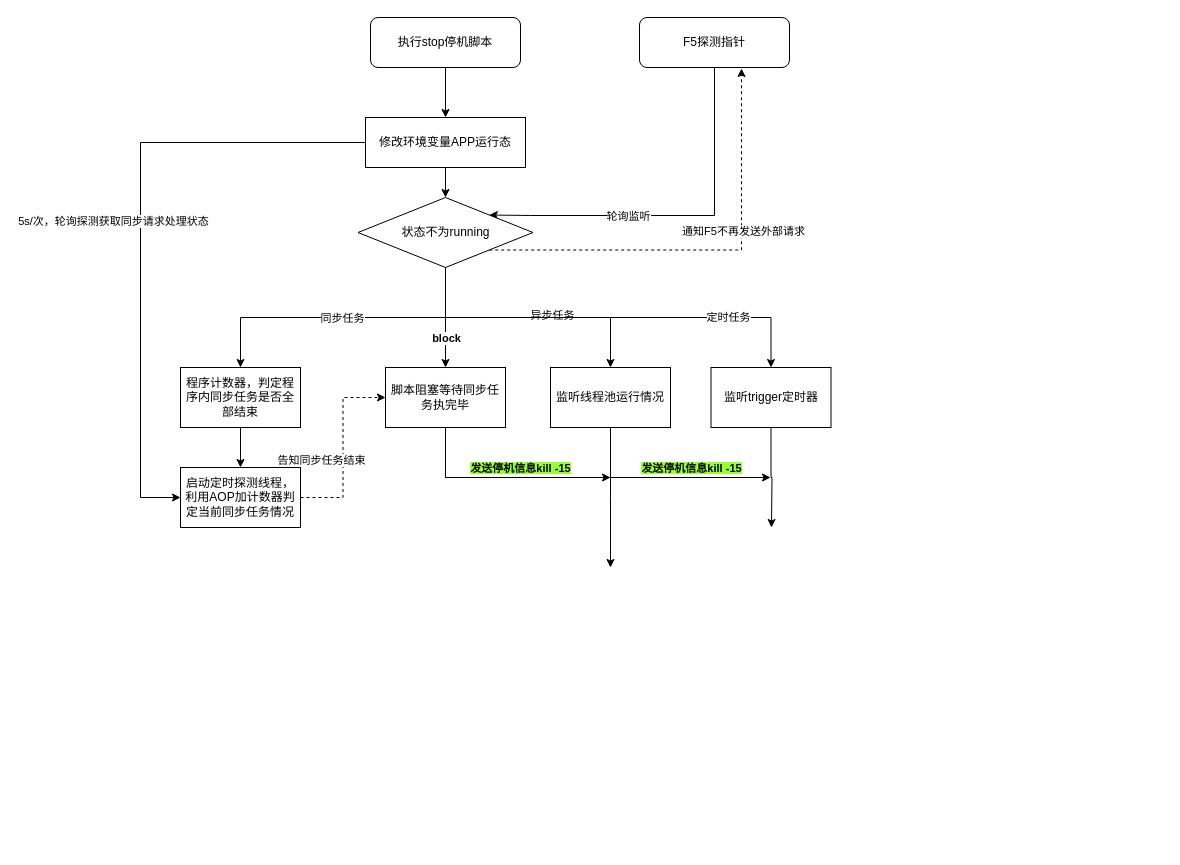
Earlier version of the draw.io diagram 绘图文件/优雅停机方案设计.drawio (NjuptMei/DrowIo). Source tidied: cells renumbered, new cells numbered last; positions are measured from the earlier drawing's top-left corner, leaving out a move shared by most shapes. Both pictures are drawn from the tidied source at 100%, with x=0, y=0 at pixel (140, 17).
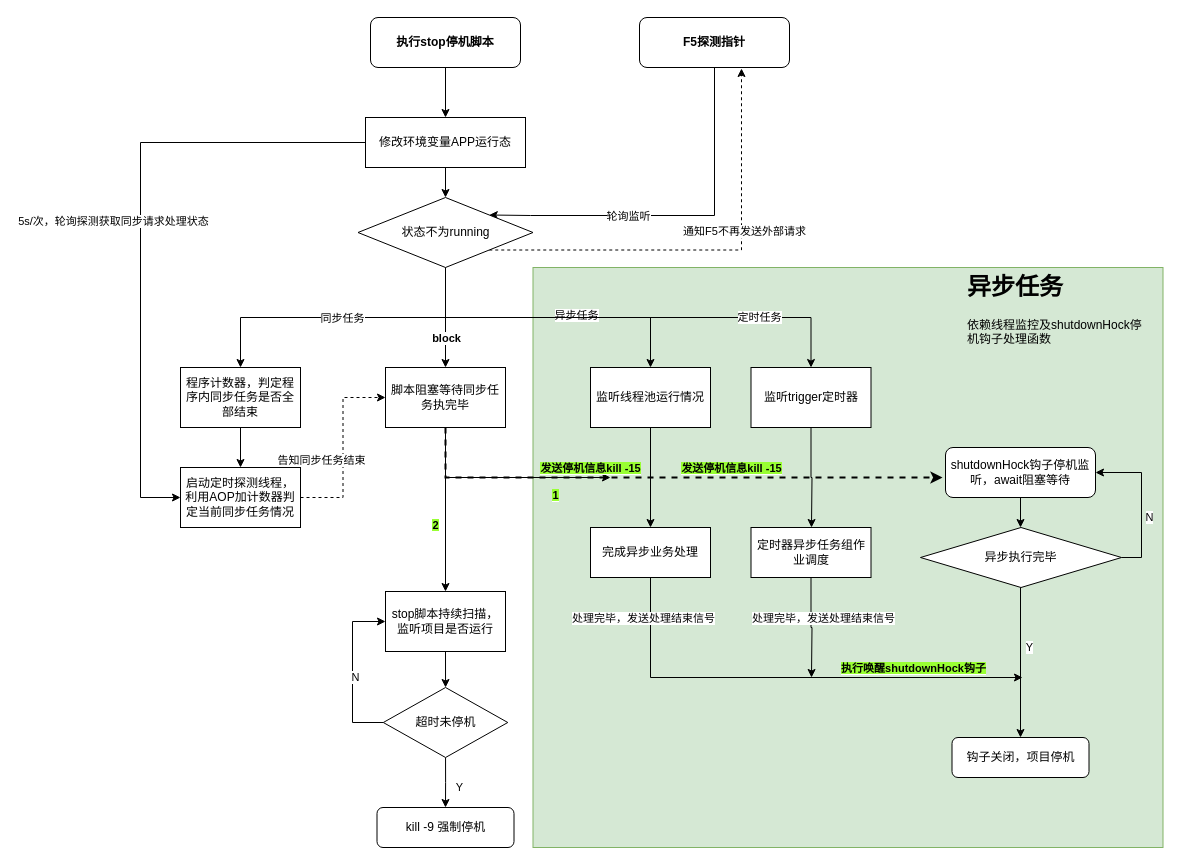
The same diagram, later.

Commit message:
更新优雅停机方案设计.drawio

Unchanged cells that the change refers to:
```xml
<mxCell id="11" style="edgeStyle=orthogonalEdgeStyle;rounded=0;jettySize=auto;html=1;exitX=1;exitY=1;exitDx=0;exitDy=0;entryX=0.68;entryY=1.02;entryDx=0;entryDy=0;entryPerimeter=0;dashed=1;" parent="1" edge="1" source="20" target="10">
  <mxGeometry relative="1" as="geometry" />
</mxCell>
<mxCell id="30" style="edgeStyle=orthogonalEdgeStyle;rounded=0;jettySize=auto;html=1;exitX=0.5;exitY=1;exitDx=0;exitDy=0;" parent="1" edge="1" source="33">
  <mxGeometry relative="1" as="geometry">
    <mxPoint x="470" y="460" as="targetPoint" />
    <Array as="points">
      <mxPoint x="305" y="460" />
    </Array>
  </mxGeometry>
</mxCell>
<mxCell id="33" value="脚本阻塞等待同步任务执完毕" style="rounded=0;whiteSpace=wrap;html=1;" parent="1" vertex="1">
  <mxGeometry x="245" y="350" width="120" height="60" as="geometry" />
</mxCell>
```

Change to the diagram source:
```diff
@@
+    <mxCell id="36" style="rounded=0;whiteSpace=wrap;html=1;fillColor=#d5e8d4;strokeColor=#82b366;" parent="1" vertex="1">
+      <mxGeometry x="392.5" y="250" width="630" height="580" as="geometry" />
+    </mxCell>
@@
-    <mxCell id="3" value="执行stop停机脚本" style="rounded=1;whiteSpace=wrap;html=1;" parent="1" vertex="1">
+    <mxCell id="3" value="&lt;b&gt;执行stop停机脚本&lt;/b&gt;" style="rounded=1;whiteSpace=wrap;html=1;" parent="1" vertex="1">
       <mxGeometry x="230" width="150" height="50" as="geometry" />
     </mxCell>
@@
-    <mxCell id="10" value="F5探测指针" style="rounded=1;whiteSpace=wrap;html=1;" parent="1" vertex="1">
+    <mxCell id="10" value="&lt;b&gt;F5探测指针&lt;/b&gt;" style="rounded=1;whiteSpace=wrap;html=1;" parent="1" vertex="1">
       <mxGeometry x="499" width="150" height="50" as="geometry" />
     </mxCell>
@@
     <mxCell id="12" value="通知F5不再发送外部请求" style="edgeLabel;html=1;align=center;verticalAlign=middle;" parent="11" vertex="1">
       <mxGeometry x="0.28" y="-1" relative="1" as="geometry">
-        <mxPoint y="7" as="offset" />
+        <mxPoint x="1" y="7" as="offset" />
       </mxGeometry>
     </mxCell>
@@
     <mxCell id="23" style="edgeStyle=orthogonalEdgeStyle;rounded=0;jettySize=auto;html=1;exitX=0.5;exitY=1;exitDx=0;exitDy=0;" parent="1" edge="1" source="24">
       <mxGeometry relative="1" as="geometry">
-        <mxPoint x="470" y="550" as="targetPoint" />
+        <mxPoint x="510" y="510" as="targetPoint" />
       </mxGeometry>
     </mxCell>
     <mxCell id="24" value="监听线程池运行情况" style="rounded=0;whiteSpace=wrap;html=1;" parent="1" vertex="1">
-      <mxGeometry x="410" y="350" width="120" height="60" as="geometry" />
+      <mxGeometry x="450" y="350" width="120" height="60" as="geometry" />
     </mxCell>
     <mxCell id="25" style="edgeStyle=orthogonalEdgeStyle;rounded=0;jettySize=auto;html=1;exitX=0.5;exitY=1;exitDx=0;exitDy=0;" parent="1" edge="1" source="26">
       <mxGeometry relative="1" as="geometry">
-        <mxPoint x="631" y="510" as="targetPoint" />
+        <mxPoint x="671" y="510" as="targetPoint" />
       </mxGeometry>
     </mxCell>
     <mxCell id="26" value="监听trigger定时器" style="rounded=0;whiteSpace=wrap;html=1;" parent="1" vertex="1">
-      <mxGeometry x="570.5" y="350" width="120" height="60" as="geometry" />
+      <mxGeometry x="610.5" y="350" width="120" height="60" as="geometry" />
     </mxCell>
@@
     <mxCell id="31" value="&lt;span style=&quot;background-color: rgb(153, 255, 51);&quot;&gt;发送停机信息kill -15&lt;/span&gt;" style="edgeLabel;html=1;align=center;verticalAlign=middle;fontStyle=1;" parent="30" vertex="1">
       <mxGeometry x="-0.27" y="3" relative="1" as="geometry">
-        <mxPoint x="46" y="-7" as="offset" />
+        <mxPoint x="116" y="-7" as="offset" />
       </mxGeometry>
     </mxCell>
-    <mxCell id="32" style="edgeStyle=orthogonalEdgeStyle;rounded=0;jettySize=auto;html=1;exitX=0.5;exitY=1;exitDx=0;exitDy=0;" parent="1" edge="1" source="33">
+    <mxCell id="32" style="edgeStyle=orthogonalEdgeStyle;rounded=0;jettySize=auto;html=1;exitX=0.5;exitY=1;exitDx=0;exitDy=0;dashed=1;strokeWidth=2;" parent="1" edge="1" source="33">
       <mxGeometry relative="1" as="geometry">
-        <mxPoint x="630" y="460" as="targetPoint" />
+        <mxPoint x="802" y="460" as="targetPoint" />
         <Array as="points">
           <mxPoint x="305" y="460" />
         </Array>
       </mxGeometry>
     </mxCell>
+    <mxCell id="37" style="edgeStyle=orthogonalEdgeStyle;rounded=0;jettySize=auto;html=1;exitX=0.5;exitY=1;exitDx=0;exitDy=0;entryX=0.5;entryY=0;entryDx=0;entryDy=0;" parent="1" edge="1" source="33" target="39">
+      <mxGeometry relative="1" as="geometry" />
+    </mxCell>
@@
     <mxCell id="35" value="&lt;span style=&quot;background-color: rgb(153, 255, 51);&quot;&gt;发送停机信息kill -15&lt;/span&gt;" style="edgeLabel;html=1;align=center;verticalAlign=middle;fontStyle=1;" parent="1" vertex="1">
-      <mxGeometry x="550" y="450" as="geometry" />
+      <mxGeometry x="590" y="450" as="geometry" />
     </mxCell>
+    <mxCell id="38" style="edgeStyle=orthogonalEdgeStyle;rounded=0;jettySize=auto;html=1;exitX=0.5;exitY=1;exitDx=0;exitDy=0;entryX=0.5;entryY=0;entryDx=0;entryDy=0;" parent="1" edge="1" source="39" target="45">
+      <mxGeometry relative="1" as="geometry" />
+    </mxCell>
+    <mxCell id="39" value="stop脚本持续扫描，监听项目是否运行" style="rounded=0;whiteSpace=wrap;html=1;" parent="1" vertex="1">
+      <mxGeometry x="245" y="574" width="120" height="60" as="geometry" />
+    </mxCell>
+    <mxCell id="40" value="&lt;span style=&quot;background-color: rgb(153, 255, 51);&quot;&gt;1&lt;/span&gt;" style="edgeLabel;html=1;align=center;verticalAlign=middle;fontStyle=1;" parent="1" vertex="1">
+      <mxGeometry x="425" y="450" as="geometry">
+        <mxPoint x="-11" y="27" as="offset" />
+      </mxGeometry>
+    </mxCell>
+    <mxCell id="41" value="&lt;span style=&quot;background-color: rgb(153, 255, 51);&quot;&gt;2&lt;/span&gt;" style="edgeLabel;html=1;align=center;verticalAlign=middle;fontStyle=1;" parent="1" vertex="1">
+      <mxGeometry x="305" y="480" as="geometry">
+        <mxPoint x="-11" y="27" as="offset" />
+      </mxGeometry>
+    </mxCell>
+    <mxCell id="42" style="edgeStyle=orthogonalEdgeStyle;rounded=0;jettySize=auto;html=1;exitX=0.5;exitY=1;exitDx=0;exitDy=0;entryX=0.5;entryY=0;entryDx=0;entryDy=0;" parent="1" edge="1" source="45" target="60">
+      <mxGeometry relative="1" as="geometry" />
+    </mxCell>
+    <mxCell id="43" style="edgeStyle=orthogonalEdgeStyle;rounded=0;jettySize=auto;html=1;exitX=0;exitY=0.5;exitDx=0;exitDy=0;entryX=0;entryY=0.5;entryDx=0;entryDy=0;" parent="1" edge="1" source="45" target="39">
+      <mxGeometry relative="1" as="geometry">
+        <Array as="points">
+          <mxPoint x="212" y="705" />
+          <mxPoint x="212" y="604" />
+        </Array>
+      </mxGeometry>
+    </mxCell>
+    <mxCell id="44" value="N" style="edgeLabel;html=1;align=center;verticalAlign=middle;" parent="43" vertex="1">
+      <mxGeometry x="0.02" y="-2" relative="1" as="geometry">
+        <mxPoint y="8" as="offset" />
+      </mxGeometry>
+    </mxCell>
+    <mxCell id="45" value="超时未停机" style="rhombus;whiteSpace=wrap;html=1;" parent="1" vertex="1">
+      <mxGeometry x="242.8" y="670" width="124.5" height="70" as="geometry" />
+    </mxCell>
+    <mxCell id="46" style="edgeStyle=orthogonalEdgeStyle;rounded=0;jettySize=auto;html=1;exitX=0.5;exitY=1;exitDx=0;exitDy=0;entryX=0.5;entryY=0;entryDx=0;entryDy=0;" parent="1" edge="1" source="47">
+      <mxGeometry relative="1" as="geometry">
+        <mxPoint x="880" y="510" as="targetPoint" />
+      </mxGeometry>
+    </mxCell>
+    <mxCell id="47" value="shutdownHock钩子停机监听，await阻塞等待" style="rounded=1;whiteSpace=wrap;html=1;" parent="1" vertex="1">
+      <mxGeometry x="805" y="430" width="150" height="50" as="geometry" />
+    </mxCell>
+    <mxCell id="48" style="edgeStyle=orthogonalEdgeStyle;rounded=0;orthogonalLoop=1;jettySize=auto;html=1;exitX=0.5;exitY=1;exitDx=0;exitDy=0;" parent="1" edge="1">
+      <mxGeometry relative="1" as="geometry">
+        <mxPoint x="880" y="570" as="sourcePoint" />
+        <mxPoint x="880" y="720" as="targetPoint" />
+      </mxGeometry>
+    </mxCell>
+    <mxCell id="49" style="edgeStyle=orthogonalEdgeStyle;rounded=0;jettySize=auto;html=1;exitX=1;exitY=0.5;exitDx=0;exitDy=0;entryX=1;entryY=0.5;entryDx=0;entryDy=0;" parent="1" edge="1" source="50" target="47">
+      <mxGeometry relative="1" as="geometry" />
+    </mxCell>
+    <mxCell id="50" value="异步执行完毕" style="rhombus;whiteSpace=wrap;html=1;" parent="1" vertex="1">
+      <mxGeometry x="780" y="510" width="201" height="60" as="geometry" />
+    </mxCell>
+    <mxCell id="51" value="N" style="edgeLabel;html=1;align=center;verticalAlign=middle;" parent="1" vertex="1">
+      <mxGeometry x="900" y="450" as="geometry">
+        <mxPoint x="108" y="49" as="offset" />
+      </mxGeometry>
+    </mxCell>
+    <mxCell id="52" style="edgeStyle=orthogonalEdgeStyle;rounded=0;jettySize=auto;html=1;exitX=0.5;exitY=1;exitDx=0;exitDy=0;" parent="1" edge="1" source="54">
+      <mxGeometry relative="1" as="geometry">
+        <mxPoint x="882" y="660" as="targetPoint" />
+        <Array as="points">
+          <mxPoint x="510" y="660" />
+        </Array>
+      </mxGeometry>
+    </mxCell>
+    <mxCell id="53" value="处理完毕，发送处理结束信号" style="edgeLabel;html=1;align=center;verticalAlign=middle;" parent="52" vertex="1">
+      <mxGeometry x="-0.84" y="1" relative="1" as="geometry">
+        <mxPoint x="-9" y="2" as="offset" />
+      </mxGeometry>
+    </mxCell>
+    <mxCell id="54" value="完成异步业务处理" style="rounded=0;whiteSpace=wrap;html=1;" parent="1" vertex="1">
+      <mxGeometry x="450" y="510" width="120" height="50" as="geometry" />
+    </mxCell>
+    <mxCell id="55" style="edgeStyle=orthogonalEdgeStyle;rounded=0;jettySize=auto;html=1;exitX=0.5;exitY=1;exitDx=0;exitDy=0;" parent="1" edge="1" source="56">
+      <mxGeometry relative="1" as="geometry">
+        <mxPoint x="671" y="660" as="targetPoint" />
+      </mxGeometry>
+    </mxCell>
+    <mxCell id="56" value="定时器异步任务组作业调度" style="rounded=0;whiteSpace=wrap;html=1;" parent="1" vertex="1">
+      <mxGeometry x="610.5" y="510" width="120" height="50" as="geometry" />
+    </mxCell>
+    <mxCell id="57" value="处理完毕，发送处理结束信号" style="edgeLabel;html=1;align=center;verticalAlign=middle;" parent="1" vertex="1">
+      <mxGeometry x="682" y="600" as="geometry" />
+    </mxCell>
+    <mxCell id="58" value="&lt;span style=&quot;background-color: rgb(153, 255, 51);&quot;&gt;执行唤醒shutdownHock钩子&lt;/span&gt;" style="edgeLabel;html=1;align=center;verticalAlign=middle;fontStyle=1;" parent="1" vertex="1">
+      <mxGeometry x="772" y="650" as="geometry" />
+    </mxCell>
+    <mxCell id="59" value="Y" style="edgeLabel;html=1;align=center;verticalAlign=middle;" parent="1" vertex="1">
+      <mxGeometry x="780" y="580" as="geometry">
+        <mxPoint x="108" y="49" as="offset" />
+      </mxGeometry>
+    </mxCell>
+    <mxCell id="60" value="kill -9 强制停机" style="rounded=1;whiteSpace=wrap;html=1;" parent="1" vertex="1">
+      <mxGeometry x="236.5" y="790" width="137" height="40" as="geometry" />
+    </mxCell>
+    <mxCell id="61" value="Y" style="edgeLabel;html=1;align=center;verticalAlign=middle;" parent="1" vertex="1">
+      <mxGeometry x="210" y="720" as="geometry">
+        <mxPoint x="108" y="49" as="offset" />
+      </mxGeometry>
+    </mxCell>
+    <mxCell id="62" value="钩子关闭，项目停机" style="rounded=1;whiteSpace=wrap;html=1;" parent="1" vertex="1">
+      <mxGeometry x="811.5" y="720" width="137" height="40" as="geometry" />
+    </mxCell>
+    <mxCell id="63" value="&lt;h1&gt;异步任务&lt;/h1&gt;&lt;p&gt;依赖线程监控及shutdownHock停机钩子处理函数&lt;/p&gt;" style="text;html=1;strokeColor=none;fillColor=none;spacing=5;spacingTop=-20;whiteSpace=wrap;overflow=hidden;rounded=0;" parent="1" vertex="1">
+      <mxGeometry x="822" y="250" width="190" height="120" as="geometry" />
+    </mxCell>
```
